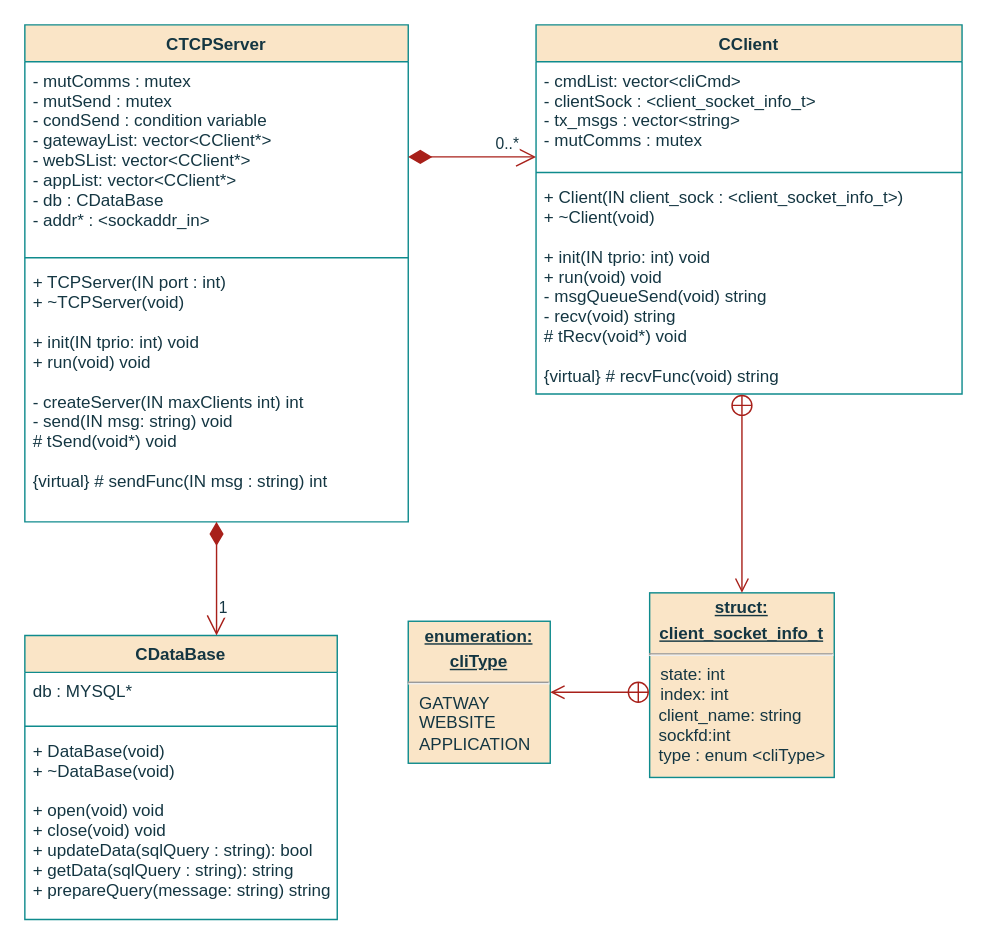
Earlier version of the draw.io diagram page "Class" (2 of 12) of documentation/flowcharts/RS/RS.drawio (ESRGgroup9/slipad). Source tidied: cells renumbered, new cells numbered last; positions are measured from the earlier drawing's top-left corner, leaving out a move shared by most shapes. Both pictures are drawn from the tidied source at 142%, with x=0, y=0 at pixel (24, 24).
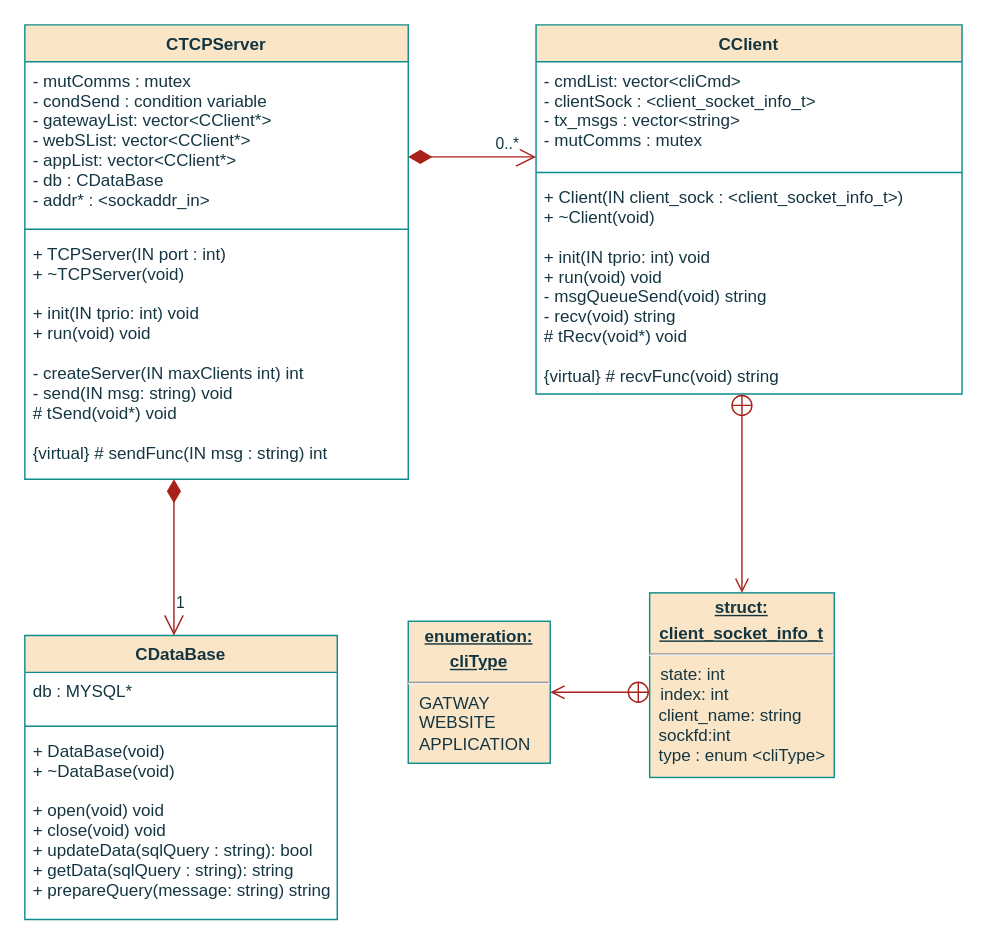
The same diagram, later.

Diff of the diagram source:
```diff
@@
     <mxCell id="2" value="CTCPServer" style="swimlane;fontStyle=1;align=center;verticalAlign=top;horizontal=1;startSize=26;fillColor=#FAE5C7;strokeColor=#0F8B8D;fontColor=#143642;" parent="1" vertex="1">
-      <mxGeometry width="270" height="350" as="geometry" />
+      <mxGeometry width="270" height="320" as="geometry" />
     </mxCell>
-    <mxCell id="3" value="-  mutComms : mutex&#10;-  mutSend : mutex&#10;- condSend : condition variable&#10;- gatewayList: vector&lt;CClient*&gt;&#10;- webSList: vector&lt;CClient*&gt;&#10;- appList: vector&lt;CClient*&gt;&#10;- db : CDataBase&#10;- addr* : &lt;sockaddr_in&gt;" style="text;strokeColor=none;fillColor=none;align=left;verticalAlign=top;spacingLeft=4;spacingRight=4;overflow=hidden;points=[[0,0.5],[1,0.5]];portConstraint=eastwest;fontColor=#143642;" parent="2" vertex="1">
-      <mxGeometry y="26" width="270" height="134" as="geometry" />
+    <mxCell id="3" value="-  mutComms : mutex&#10;- condSend : condition variable&#10;- gatewayList: vector&lt;CClient*&gt;&#10;- webSList: vector&lt;CClient*&gt;&#10;- appList: vector&lt;CClient*&gt;&#10;- db : CDataBase&#10;- addr* : &lt;sockaddr_in&gt;" style="text;strokeColor=none;fillColor=none;align=left;verticalAlign=top;spacingLeft=4;spacingRight=4;overflow=hidden;points=[[0,0.5],[1,0.5]];portConstraint=eastwest;fontColor=#143642;" parent="2" vertex="1">
+      <mxGeometry y="26" width="270" height="114" as="geometry" />
     </mxCell>
     <mxCell id="4" style="line;strokeWidth=1;fillColor=none;align=left;verticalAlign=middle;spacingTop=-1;spacingLeft=3;spacingRight=3;labelPosition=right;labelBackgroundColor=#DAD2D8;strokeColor=#0F8B8D;fontColor=#143642;" parent="2" vertex="1">
-      <mxGeometry y="160" width="270" height="8" as="geometry" />
+      <mxGeometry y="140" width="270" height="8" as="geometry" />
     </mxCell>
     <mxCell id="5" value="+ TCPServer(IN port : int)&#10;+ ~TCPServer(void)&#10;&#10;+ init(IN  tprio: int) void&#10;+ run(void) void&#10;&#10;- createServer(IN maxClients int) int &#10;- send(IN msg: string) void&#10;# tSend(void*) void&#10;&#10;{virtual} # sendFunc(IN msg : string) int " style="text;strokeColor=none;fillColor=none;align=left;verticalAlign=top;spacingLeft=4;spacingRight=4;overflow=hidden;points=[[0,0.5],[1,0.5]];portConstraint=eastwest;fontColor=#143642;" parent="2" vertex="1">
-      <mxGeometry y="168" width="270" height="182" as="geometry" />
+      <mxGeometry y="148" width="270" height="172" as="geometry" />
     </mxCell>
```
